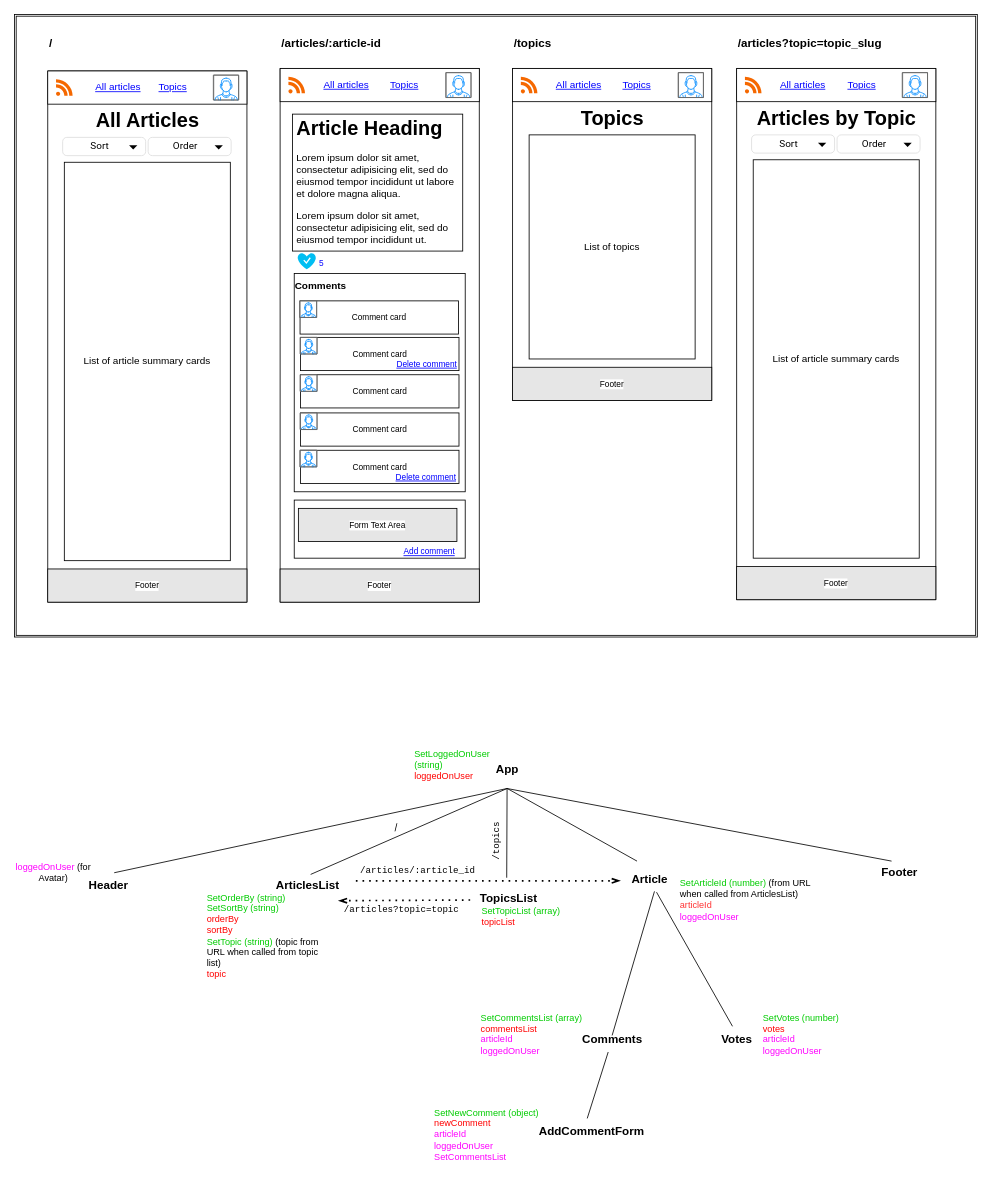
marcusyoung/nc-news keeps this draw.io diagram as plan.drawio. Above is the earlier version. Source tidied: cells renumbered, new cells numbered last; positions are measured from the earlier drawing's top-left corner, leaving out a move shared by most shapes. Both pictures are drawn from the tidied source at 83%, with x=0, y=0 at pixel (14, 14).
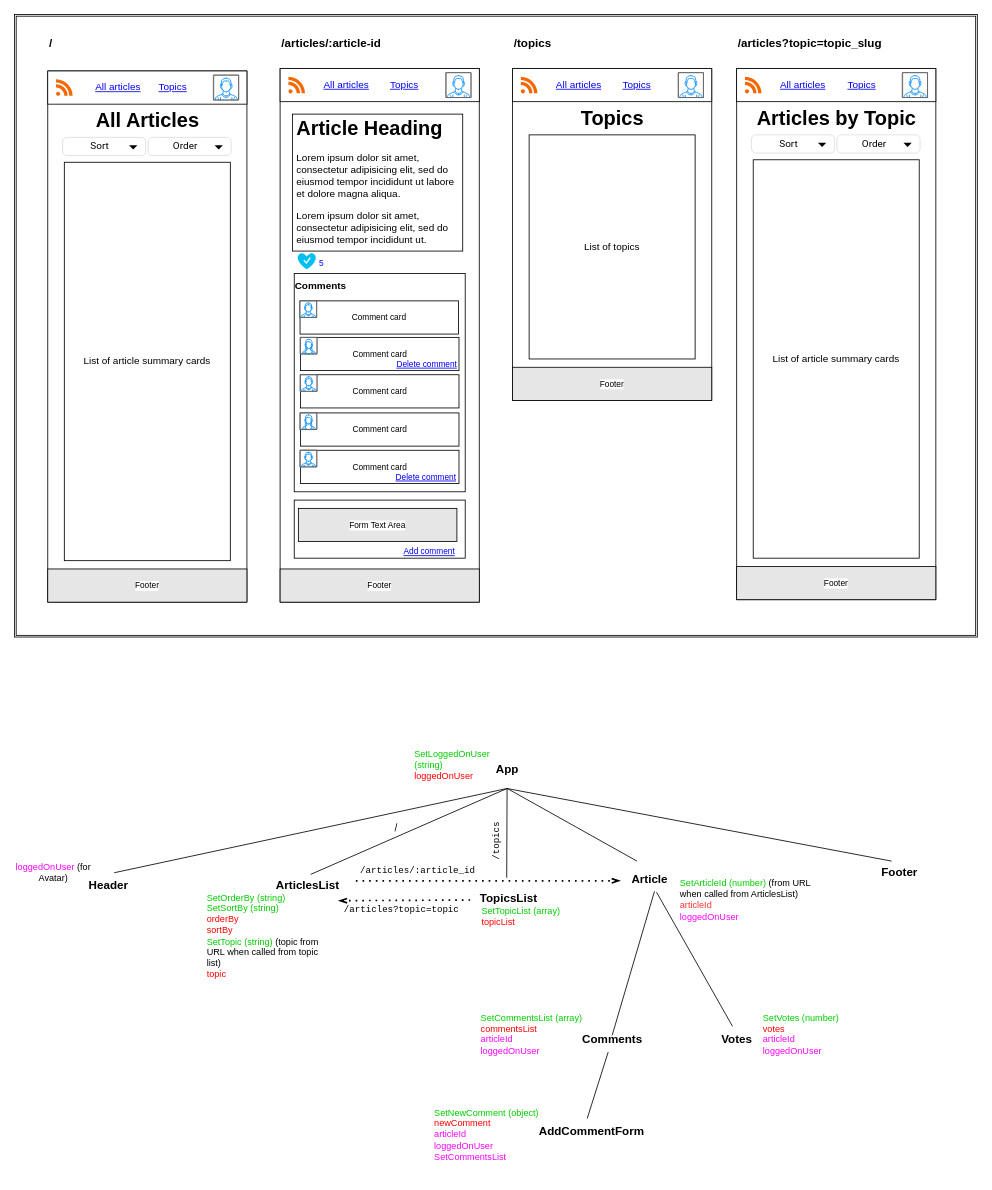
The same page after the edit.

Commit message (it also covers changes not shown here):
updated app plan

The change refers to these unchanged cells:
```xml
<mxCell id="25" style="swimlane;startSize=0;fontSize=10;" parent="1" vertex="1">
  <mxGeometry x="320" y="65" width="240" height="643" as="geometry" />
</mxCell>
```

The edit, as a diff of the source:
```diff
@@
-    <mxCell id="44" style="verticalLabelPosition=bottom;shadow=0;dashed=0;align=center;html=1;verticalAlign=top;strokeWidth=1;shape=mxgraph.mockup.containers.userMale;strokeColor=#666666;strokeColor2=#008cff;fontColor=#000000;" parent="25" vertex="1">
-      <mxGeometry x="24.5" y="324" width="20" height="20" as="geometry" />
-    </mxCell>
@@
-    <mxCell id="46" style="verticalLabelPosition=bottom;shadow=0;dashed=0;align=center;html=1;verticalAlign=top;strokeWidth=1;shape=mxgraph.mockup.containers.userMale;strokeColor=#666666;strokeColor2=#008cff;fontColor=#000000;" parent="25" vertex="1">
-      <mxGeometry x="24.5" y="415" width="20" height="20" as="geometry" />
-    </mxCell>
@@
+    <mxCell id="100" style="verticalLabelPosition=bottom;shadow=0;dashed=0;align=center;html=1;verticalAlign=top;strokeWidth=1;shape=mxgraph.mockup.containers.userFemale;strokeColor=#666666;strokeColor2=#008cff;" parent="25" vertex="1">
+      <mxGeometry x="24.5" y="324" width="20" height="20" as="geometry" />
+    </mxCell>
+    <mxCell id="101" style="verticalLabelPosition=bottom;shadow=0;dashed=0;align=center;html=1;verticalAlign=top;strokeWidth=1;shape=mxgraph.mockup.containers.userFemale;strokeColor=#666666;strokeColor2=#008cff;" parent="25" vertex="1">
+      <mxGeometry x="24.2" y="415" width="20" height="20" as="geometry" />
+    </mxCell>
```
